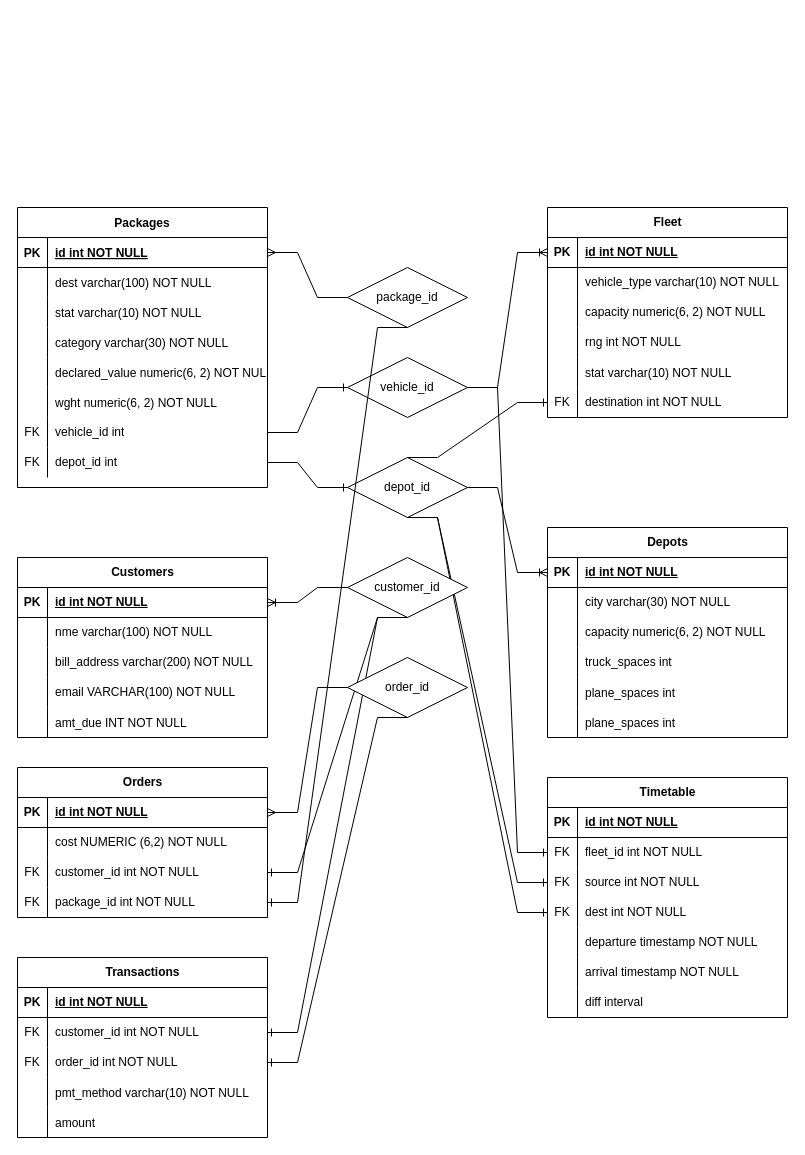
This is drawio/entityrelation.drawio from cptlobster/cs425, a draw.io file, before an edit. Source tidied: cells renumbered, new cells numbered last; positions are measured from the earlier drawing's top-left corner, leaving out a move shared by most shapes. Both pictures are drawn from the tidied source at 100%, with x=0, y=0 at pixel (17, 207).
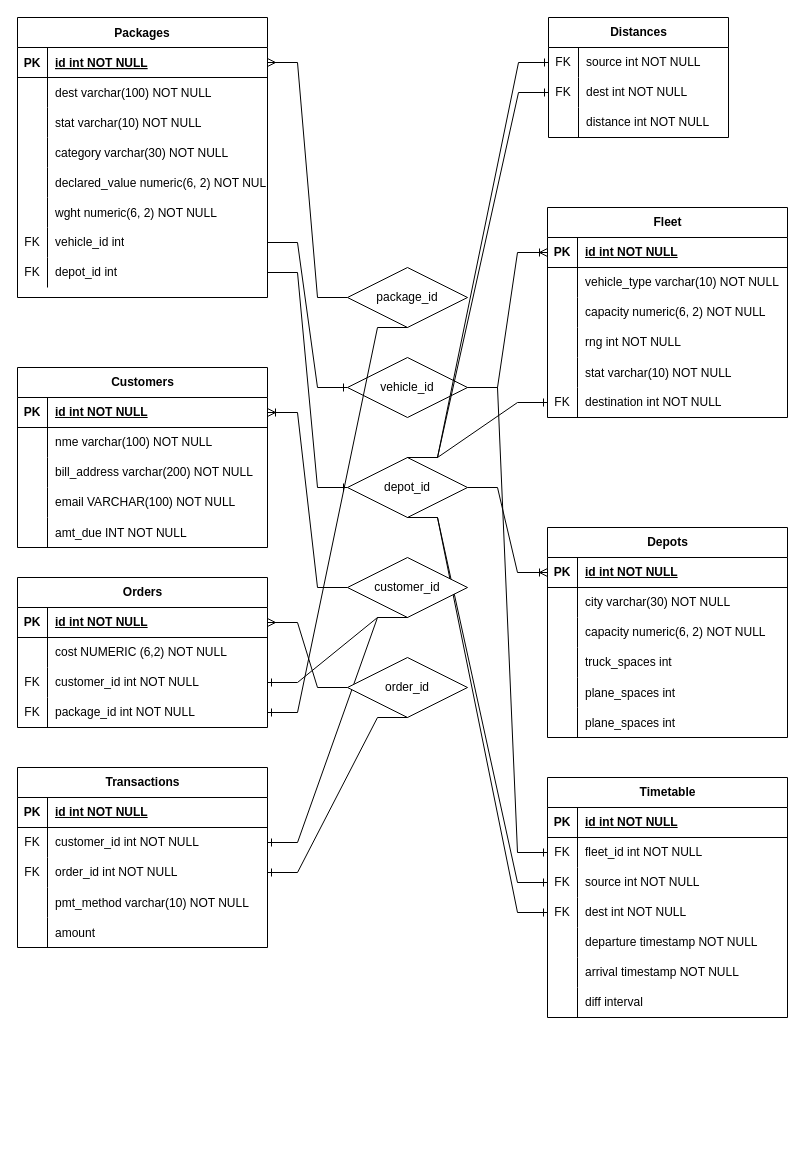
Above is the later version.

Commit message:
Add distances table

Unchanged cells that the change refers to:
```xml
<mxCell id="65" value="depot_id" style="shape=rhombus;perimeter=rhombusPerimeter;whiteSpace=wrap;html=1;align=center;" parent="1" vertex="1">
  <mxGeometry x="330" y="250" width="120" height="60" as="geometry" />
</mxCell>
```

Change to the diagram source:
```diff
@@
     <mxCell id="2" value="Packages" style="shape=table;startSize=30;childLayout=tableLayout;rowLines=0;fontStyle=1;align=center;" parent="1" vertex="1">
-      <mxGeometry width="250" height="280" as="geometry" />
+      <mxGeometry y="-190" width="250" height="280" as="geometry" />
     </mxCell>
@@
     <mxCell id="72" value="Customers" style="shape=table;startSize=30;childLayout=tableLayout;rowLines=0;fontStyle=1;align=center;html=1;" parent="1" vertex="1">
-      <mxGeometry y="350" width="250" height="180" as="geometry" />
+      <mxGeometry y="160" width="250" height="180" as="geometry" />
     </mxCell>
@@
     <mxCell id="88" value="Orders" style="shape=table;startSize=30;childLayout=tableLayout;rowLines=0;fontStyle=1;align=center;html=1;" parent="1" vertex="1">
-      <mxGeometry y="560" width="250" height="150" as="geometry" />
+      <mxGeometry y="370" width="250" height="150" as="geometry" />
     </mxCell>
@@
     <mxCell id="101" value="Transactions" style="shape=table;startSize=30;childLayout=tableLayout;rowLines=0;fontStyle=1;align=center;html=1;" parent="1" vertex="1">
-      <mxGeometry y="750" width="250" height="180" as="geometry" />
+      <mxGeometry y="560" width="250" height="180" as="geometry" />
     </mxCell>
@@
+    <mxCell id="152" value="Distances" style="shape=table;startSize=30;childLayout=tableLayout;rowLines=0;fontStyle=1;align=center;html=1;" parent="1" vertex="1">
+      <mxGeometry x="531" y="-190" width="180" height="120" as="geometry" />
+    </mxCell>
+    <mxCell id="153" style="shape=tableRow;horizontal=0;startSize=0;swimlaneHead=0;swimlaneBody=0;fillColor=none;points=[[0,0.5],[1,0.5]];portConstraint=eastwest;top=0;left=0;right=0;bottom=0;" parent="152" vertex="1">
+      <mxGeometry y="30" width="180" height="30" as="geometry" />
+    </mxCell>
+    <mxCell id="154" value="FK" style="shape=partialRectangle;fillColor=none;top=0;left=0;bottom=0;right=0;overflow=hidden;whiteSpace=wrap;html=1;" parent="153" vertex="1">
+      <mxGeometry width="30" height="30" as="geometry" />
+    </mxCell>
+    <mxCell id="155" value="source int NOT NULL" style="shape=partialRectangle;fillColor=none;top=0;left=0;bottom=0;right=0;align=left;spacingLeft=6;overflow=hidden;whiteSpace=wrap;html=1;" parent="153" vertex="1">
+      <mxGeometry x="30" width="150" height="30" as="geometry" />
+    </mxCell>
+    <mxCell id="156" style="shape=tableRow;horizontal=0;startSize=0;swimlaneHead=0;swimlaneBody=0;fillColor=none;points=[[0,0.5],[1,0.5]];portConstraint=eastwest;top=0;left=0;right=0;bottom=0;" parent="152" vertex="1">
+      <mxGeometry y="60" width="180" height="30" as="geometry" />
+    </mxCell>
+    <mxCell id="157" value="FK" style="shape=partialRectangle;fillColor=none;top=0;left=0;bottom=0;right=0;overflow=hidden;whiteSpace=wrap;html=1;" parent="156" vertex="1">
+      <mxGeometry width="30" height="30" as="geometry" />
+    </mxCell>
+    <mxCell id="158" value="dest int NOT NULL" style="shape=partialRectangle;fillColor=none;top=0;left=0;bottom=0;right=0;align=left;spacingLeft=6;overflow=hidden;whiteSpace=wrap;html=1;" parent="156" vertex="1">
+      <mxGeometry x="30" width="150" height="30" as="geometry" />
+    </mxCell>
+    <mxCell id="159" style="shape=tableRow;horizontal=0;startSize=0;swimlaneHead=0;swimlaneBody=0;fillColor=none;top=0;left=0;right=0;bottom=0;" parent="152" vertex="1">
+      <mxGeometry y="90" width="180" height="30" as="geometry" />
+    </mxCell>
+    <mxCell id="160" style="shape=partialRectangle;fillColor=none;top=0;left=0;bottom=0;right=0;overflow=hidden;whiteSpace=wrap;html=1;" parent="159" vertex="1">
+      <mxGeometry width="30" height="30" as="geometry" />
+    </mxCell>
+    <mxCell id="161" value="distance int NOT NULL" style="shape=partialRectangle;fillColor=none;top=0;left=0;bottom=0;right=0;align=left;spacingLeft=6;overflow=hidden;whiteSpace=wrap;html=1;" parent="159" vertex="1">
+      <mxGeometry x="30" width="150" height="30" as="geometry" />
+    </mxCell>
+    <mxCell id="162" style="edgeStyle=entityRelationEdgeStyle;fontSize=12;html=1;endArrow=ERone;endFill=1;rounded=0;entryX=0;entryY=0.5;entryDx=0;entryDy=0;exitX=0.5;exitY=0;exitDx=0;exitDy=0;" parent="1" edge="1" source="65" target="153">
+      <mxGeometry relative="1" as="geometry" />
+    </mxCell>
+    <mxCell id="163" style="edgeStyle=entityRelationEdgeStyle;fontSize=12;html=1;endArrow=ERone;endFill=1;rounded=0;entryX=0;entryY=0.5;entryDx=0;entryDy=0;exitX=0.5;exitY=0;exitDx=0;exitDy=0;" parent="1" edge="1" source="65" target="156">
+      <mxGeometry relative="1" as="geometry" />
+    </mxCell>
```
